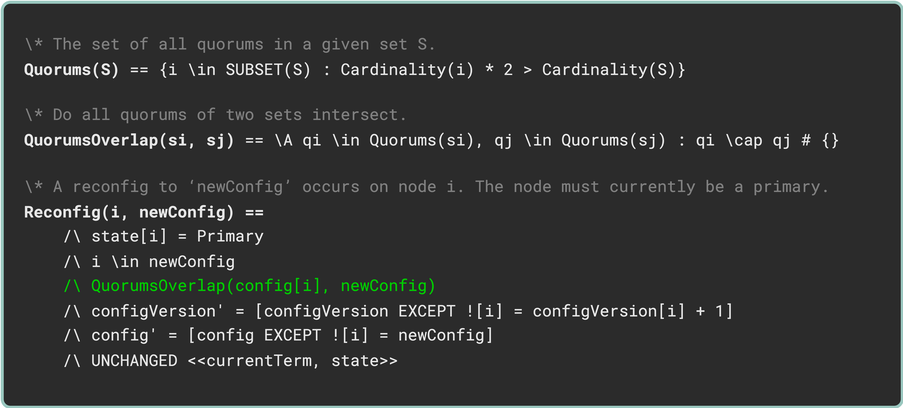
will62794/reconfig-traces keeps this draw.io diagram as traces/traces-snippet-1.drawio.png. Above is the earlier version. Source tidied: cells renumbered, new cells last; positions are measured from the earlier drawing's top-left corner, leaving out a move shared by most shapes. The source it was exported from:
```xml
<mxGraphModel>
  <root>
    <mxCell id="0" />
    <mxCell id="1" parent="0" />
    <mxCell id="2" value="&lt;b style=&quot;&quot; id=&quot;docs-internal-guid-955c089a-7fff-785c-a062-aca5ab7f73e9&quot;&gt;&lt;font&gt;&lt;p dir=&quot;ltr&quot; style=&quot;font-weight: normal; line-height: 1.38; margin-top: 0pt; margin-bottom: 0pt;&quot;&gt;&lt;span style=&quot;font-size: 8pt; font-family: &amp;quot;Roboto Mono&amp;quot;, monospace; background-color: transparent; font-weight: 400; font-style: normal; font-variant: normal; text-decoration: none; vertical-align: baseline; white-space: pre-wrap;&quot;&gt;&lt;font style=&quot;color: rgb(128, 128, 128);&quot;&gt;\* The set of all quorums in a given set S.&lt;/font&gt;&lt;/span&gt;&lt;/p&gt;&lt;p dir=&quot;ltr&quot; style=&quot;color: rgb(230, 230, 230); line-height: 1.38; margin-top: 0pt; margin-bottom: 0pt;&quot;&gt;&lt;span style=&quot;font-size: 8pt; font-family: &amp;quot;Roboto Mono&amp;quot;, monospace; background-color: transparent; font-style: normal; font-variant: normal; text-decoration: none; vertical-align: baseline; white-space: pre-wrap;&quot;&gt;Quorums(S)&lt;/span&gt;&lt;span style=&quot;font-weight: 400; font-size: 8pt; font-family: &amp;quot;Roboto Mono&amp;quot;, monospace; background-color: transparent; font-style: normal; font-variant: normal; text-decoration: none; vertical-align: baseline; white-space: pre-wrap;&quot;&gt; == {i \in SUBSET(S) : Cardinality(i) * 2 &amp;gt; Cardinality(S)}&lt;/span&gt;&lt;/p&gt;&lt;br&gt;&lt;p dir=&quot;ltr&quot; style=&quot;font-weight: normal; line-height: 1.38; margin-top: 0pt; margin-bottom: 0pt;&quot;&gt;&lt;span style=&quot;font-size: 8pt; font-family: &amp;quot;Roboto Mono&amp;quot;, monospace; background-color: transparent; font-weight: 400; font-style: normal; font-variant: normal; text-decoration: none; vertical-align: baseline; white-space: pre-wrap;&quot;&gt;&lt;font style=&quot;color: rgb(128, 128, 128);&quot;&gt;\* Do all quorums of two sets intersect.&lt;/font&gt;&lt;/span&gt;&lt;/p&gt;&lt;p dir=&quot;ltr&quot; style=&quot;color: rgb(230, 230, 230); line-height: 1.38; margin-top: 0pt; margin-bottom: 0pt;&quot;&gt;&lt;span style=&quot;font-size: 8pt; font-family: &amp;quot;Roboto Mono&amp;quot;, monospace; background-color: transparent; font-style: normal; font-variant: normal; text-decoration: none; vertical-align: baseline; white-space: pre-wrap;&quot;&gt;QuorumsOverlap(si, sj)&lt;/span&gt;&lt;span style=&quot;font-weight: 400; font-size: 8pt; font-family: &amp;quot;Roboto Mono&amp;quot;, monospace; background-color: transparent; font-style: normal; font-variant: normal; text-decoration: none; vertical-align: baseline; white-space: pre-wrap;&quot;&gt; == \A qi \in Quorums(si), qj \in Quorums(sj) : qi \cap qj # {}&lt;/span&gt;&lt;/p&gt;&lt;br&gt;&lt;p dir=&quot;ltr&quot; style=&quot;font-weight: normal; line-height: 1.38; margin-top: 0pt; margin-bottom: 0pt;&quot;&gt;&lt;span style=&quot;font-size: 8pt; font-family: &amp;quot;Roboto Mono&amp;quot;, monospace; background-color: transparent; font-weight: 400; font-style: normal; font-variant: normal; text-decoration: none; vertical-align: baseline; white-space: pre-wrap;&quot;&gt;&lt;font style=&quot;color: rgb(128, 128, 128);&quot;&gt;\* A reconfig to ‘newConfig’ occurs on node i. The node must currently be a primary.&lt;/font&gt;&lt;/span&gt;&lt;/p&gt;&lt;p dir=&quot;ltr&quot; style=&quot;color: rgb(230, 230, 230); line-height: 1.38; margin-top: 0pt; margin-bottom: 0pt;&quot;&gt;&lt;span style=&quot;font-size: 8pt; font-family: &amp;quot;Roboto Mono&amp;quot;, monospace; background-color: transparent; font-style: normal; font-variant: normal; text-decoration: none; vertical-align: baseline; white-space: pre-wrap;&quot;&gt;Reconfig(i, newConfig) ==&lt;/span&gt;&lt;/p&gt;&lt;p dir=&quot;ltr&quot; style=&quot;color: rgb(230, 230, 230); font-weight: normal; line-height: 1.38; margin-top: 0pt; margin-bottom: 0pt;&quot;&gt;&lt;span style=&quot;font-size: 8pt; font-family: &amp;quot;Roboto Mono&amp;quot;, monospace; background-color: transparent; font-weight: 400; font-style: normal; font-variant: normal; text-decoration: none; vertical-align: baseline; white-space: pre-wrap;&quot;&gt;&amp;nbsp;&amp;nbsp;&amp;nbsp;&amp;nbsp;/\ state[i] = Primary&lt;/span&gt;&lt;/p&gt;&lt;p dir=&quot;ltr&quot; style=&quot;color: rgb(230, 230, 230); font-weight: normal; line-height: 1.38; margin-top: 0pt; margin-bottom: 0pt;&quot;&gt;&lt;span style=&quot;font-size: 8pt; font-family: &amp;quot;Roboto Mono&amp;quot;, monospace; background-color: transparent; font-weight: 400; font-style: normal; font-variant: normal; text-decoration: none; vertical-align: baseline; white-space: pre-wrap;&quot;&gt;&amp;nbsp;&amp;nbsp;&amp;nbsp;&amp;nbsp;/\ i \in newConfig&lt;/span&gt;&lt;/p&gt;&lt;p dir=&quot;ltr&quot; style=&quot;font-weight: normal; line-height: 1.38; margin-top: 0pt; margin-bottom: 0pt;&quot;&gt;&lt;span style=&quot;color: rgb(230, 230, 230); font-size: 8pt; font-family: &amp;quot;Roboto Mono&amp;quot;, monospace; background-color: transparent; font-weight: 400; font-style: normal; font-variant: normal; text-decoration: none; vertical-align: baseline; white-space: pre-wrap;&quot;&gt;&amp;nbsp;&amp;nbsp;&amp;nbsp;&amp;nbsp;&lt;/span&gt;&lt;span style=&quot;font-size: 8pt; font-family: &amp;quot;Roboto Mono&amp;quot;, monospace; font-weight: 400; font-style: normal; font-variant: normal; text-decoration: none; vertical-align: baseline; white-space: pre-wrap; background-color: light-dark(rgb(43, 43, 43), rgb(40, 42, 53));&quot;&gt;&lt;font style=&quot;color: rgb(0, 204, 0);&quot;&gt;/\ QuorumsOverlap(config[i], newConfig)&lt;/font&gt;&lt;/span&gt;&lt;/p&gt;&lt;p dir=&quot;ltr&quot; style=&quot;color: rgb(230, 230, 230); font-weight: normal; line-height: 1.38; margin-top: 0pt; margin-bottom: 0pt;&quot;&gt;&lt;span style=&quot;font-size: 8pt; font-family: &amp;quot;Roboto Mono&amp;quot;, monospace; background-color: transparent; font-weight: 400; font-style: normal; font-variant: normal; text-decoration: none; vertical-align: baseline; white-space: pre-wrap;&quot;&gt;&amp;nbsp;&amp;nbsp;&amp;nbsp;&amp;nbsp;/\ configVersion' = [configVersion EXCEPT ![i] = configVersion[i] + 1]&lt;/span&gt;&lt;/p&gt;&lt;p dir=&quot;ltr&quot; style=&quot;color: rgb(230, 230, 230); font-weight: normal; line-height: 1.38; margin-top: 0pt; margin-bottom: 0pt;&quot;&gt;&lt;span style=&quot;font-size: 8pt; font-family: &amp;quot;Roboto Mono&amp;quot;, monospace; background-color: transparent; font-weight: 400; font-style: normal; font-variant: normal; text-decoration: none; vertical-align: baseline; white-space: pre-wrap;&quot;&gt;&amp;nbsp;&amp;nbsp;&amp;nbsp;&amp;nbsp;/\ config' = [config EXCEPT ![i] = newConfig]&lt;/span&gt;&lt;/p&gt;&lt;p dir=&quot;ltr&quot; style=&quot;color: rgb(230, 230, 230); font-weight: normal; line-height: 1.38; margin-top: 0pt; margin-bottom: 0pt;&quot;&gt;&lt;span style=&quot;font-size: 8pt; font-family: &amp;quot;Roboto Mono&amp;quot;, monospace; background-color: transparent; font-weight: 400; font-style: normal; font-variant: normal; text-decoration: none; vertical-align: baseline; white-space: pre-wrap;&quot;&gt;&amp;nbsp;&amp;nbsp;&amp;nbsp;&amp;nbsp;/\ UNCHANGED &amp;lt;&amp;lt;currentTerm, state&amp;gt;&amp;gt;&lt;/span&gt;&lt;/p&gt;&lt;/font&gt;&lt;/b&gt;" style="text;whiteSpace=wrap;html=1;fillColor=light-dark(#2B2B2B,#282A35);perimeterSpacing=0;strokeColor=#9AC7BF;strokeWidth=2;rounded=1;arcSize=2;spacingLeft=0;spacing=15;" parent="1" vertex="1">
      <mxGeometry width="600" height="270" as="geometry" />
    </mxCell>
  </root>
</mxGraphModel>
```
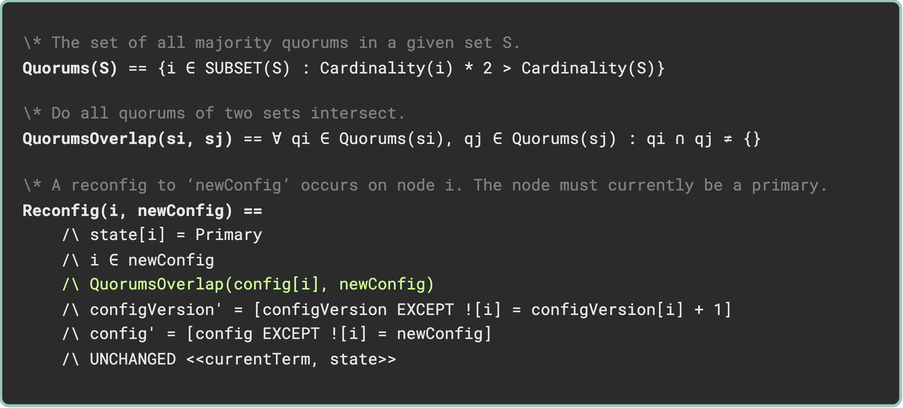
Later version of the same file.

The edit, as a diff of the source:
```diff
@@ -2,7 +2,7 @@
   <root>
     <mxCell id="0" />
     <mxCell id="1" parent="0" />
-    <mxCell id="2" value="&lt;b style=&quot;&quot; id=&quot;docs-internal-guid-955c089a-7fff-785c-a062-aca5ab7f73e9&quot;&gt;&lt;font&gt;&lt;p dir=&quot;ltr&quot; style=&quot;font-weight: normal; line-height: 1.38; margin-top: 0pt; margin-bottom: 0pt;&quot;&gt;&lt;span style=&quot;font-size: 8pt; font-family: &amp;quot;Roboto Mono&amp;quot;, monospace; background-color: transparent; font-weight: 400; font-style: normal; font-variant: normal; text-decoration: none; vertical-align: baseline; white-space: pre-wrap;&quot;&gt;&lt;font style=&quot;color: rgb(128, 128, 128);&quot;&gt;\* The set of all quorums in a given set S.&lt;/font&gt;&lt;/span&gt;&lt;/p&gt;&lt;p dir=&quot;ltr&quot; style=&quot;color: rgb(230, 230, 230); line-height: 1.38; margin-top: 0pt; margin-bottom: 0pt;&quot;&gt;&lt;span style=&quot;font-size: 8pt; font-family: &amp;quot;Roboto Mono&amp;quot;, monospace; background-color: transparent; font-style: normal; font-variant: normal; text-decoration: none; vertical-align: baseline; white-space: pre-wrap;&quot;&gt;Quorums(S)&lt;/span&gt;&lt;span style=&quot;font-weight: 400; font-size: 8pt; font-family: &amp;quot;Roboto Mono&amp;quot;, monospace; background-color: transparent; font-style: normal; font-variant: normal; text-decoration: none; vertical-align: baseline; white-space: pre-wrap;&quot;&gt; == {i \in SUBSET(S) : Cardinality(i) * 2 &amp;gt; Cardinality(S)}&lt;/span&gt;&lt;/p&gt;&lt;br&gt;&lt;p dir=&quot;ltr&quot; style=&quot;font-weight: normal; line-height: 1.38; margin-top: 0pt; margin-bottom: 0pt;&quot;&gt;&lt;span style=&quot;font-size: 8pt; font-family: &amp;quot;Roboto Mono&amp;quot;, monospace; background-color: transparent; font-weight: 400; font-style: normal; font-variant: normal; text-decoration: none; vertical-align: baseline; white-space: pre-wrap;&quot;&gt;&lt;font style=&quot;color: rgb(128, 128, 128);&quot;&gt;\* Do all quorums of two sets intersect.&lt;/font&gt;&lt;/span&gt;&lt;/p&gt;&lt;p dir=&quot;ltr&quot; style=&quot;color: rgb(230, 230, 230); line-height: 1.38; margin-top: 0pt; margin-bottom: 0pt;&quot;&gt;&lt;span style=&quot;font-size: 8pt; font-family: &amp;quot;Roboto Mono&amp;quot;, monospace; background-color: transparent; font-style: normal; font-variant: normal; text-decoration: none; vertical-align: baseline; white-space: pre-wrap;&quot;&gt;QuorumsOverlap(si, sj)&lt;/span&gt;&lt;span style=&quot;font-weight: 400; font-size: 8pt; font-family: &amp;quot;Roboto Mono&amp;quot;, monospace; background-color: transparent; font-style: normal; font-variant: normal; text-decoration: none; vertical-align: baseline; white-space: pre-wrap;&quot;&gt; == \A qi \in Quorums(si), qj \in Quorums(sj) : qi \cap qj # {}&lt;/span&gt;&lt;/p&gt;&lt;br&gt;&lt;p dir=&quot;ltr&quot; style=&quot;font-weight: normal; line-height: 1.38; margin-top: 0pt; margin-bottom: 0pt;&quot;&gt;&lt;span style=&quot;font-size: 8pt; font-family: &amp;quot;Roboto Mono&amp;quot;, monospace; background-color: transparent; font-weight: 400; font-style: normal; font-variant: normal; text-decoration: none; vertical-align: baseline; white-space: pre-wrap;&quot;&gt;&lt;font style=&quot;color: rgb(128, 128, 128);&quot;&gt;\* A reconfig to ‘newConfig’ occurs on node i. The node must currently be a primary.&lt;/font&gt;&lt;/span&gt;&lt;/p&gt;&lt;p dir=&quot;ltr&quot; style=&quot;color: rgb(230, 230, 230); line-height: 1.38; margin-top: 0pt; margin-bottom: 0pt;&quot;&gt;&lt;span style=&quot;font-size: 8pt; font-family: &amp;quot;Roboto Mono&amp;quot;, monospace; background-color: transparent; font-style: normal; font-variant: normal; text-decoration: none; vertical-align: baseline; white-space: pre-wrap;&quot;&gt;Reconfig(i, newConfig) ==&lt;/span&gt;&lt;/p&gt;&lt;p dir=&quot;ltr&quot; style=&quot;color: rgb(230, 230, 230); font-weight: normal; line-height: 1.38; margin-top: 0pt; margin-bottom: 0pt;&quot;&gt;&lt;span style=&quot;font-size: 8pt; font-family: &amp;quot;Roboto Mono&amp;quot;, monospace; background-color: transparent; font-weight: 400; font-style: normal; font-variant: normal; text-decoration: none; vertical-align: baseline; white-space: pre-wrap;&quot;&gt;&amp;nbsp;&amp;nbsp;&amp;nbsp;&amp;nbsp;/\ state[i] = Primary&lt;/span&gt;&lt;/p&gt;&lt;p dir=&quot;ltr&quot; style=&quot;color: rgb(230, 230, 230); font-weight: normal; line-height: 1.38; margin-top: 0pt; margin-bottom: 0pt;&quot;&gt;&lt;span style=&quot;font-size: 8pt; font-family: &amp;quot;Roboto Mono&amp;quot;, monospace; background-color: transparent; font-weight: 400; font-style: normal; font-variant: normal; text-decoration: none; vertical-align: baseline; white-space: pre-wrap;&quot;&gt;&amp;nbsp;&amp;nbsp;&amp;nbsp;&amp;nbsp;/\ i \in newConfig&lt;/span&gt;&lt;/p&gt;&lt;p dir=&quot;ltr&quot; style=&quot;font-weight: normal; line-height: 1.38; margin-top: 0pt; margin-bottom: 0pt;&quot;&gt;&lt;span style=&quot;color: rgb(230, 230, 230); font-size: 8pt; font-family: &amp;quot;Roboto Mono&amp;quot;, monospace; background-color: transparent; font-weight: 400; font-style: normal; font-variant: normal; text-decoration: none; vertical-align: baseline; white-space: pre-wrap;&quot;&gt;&amp;nbsp;&amp;nbsp;&amp;nbsp;&amp;nbsp;&lt;/span&gt;&lt;span style=&quot;font-size: 8pt; font-family: &amp;quot;Roboto Mono&amp;quot;, monospace; font-weight: 400; font-style: normal; font-variant: normal; text-decoration: none; vertical-align: baseline; white-space: pre-wrap; background-color: light-dark(rgb(43, 43, 43), rgb(40, 42, 53));&quot;&gt;&lt;font style=&quot;color: rgb(0, 204, 0);&quot;&gt;/\ QuorumsOverlap(config[i], newConfig)&lt;/font&gt;&lt;/span&gt;&lt;/p&gt;&lt;p dir=&quot;ltr&quot; style=&quot;color: rgb(230, 230, 230); font-weight: normal; line-height: 1.38; margin-top: 0pt; margin-bottom: 0pt;&quot;&gt;&lt;span style=&quot;font-size: 8pt; font-family: &amp;quot;Roboto Mono&amp;quot;, monospace; background-color: transparent; font-weight: 400; font-style: normal; font-variant: normal; text-decoration: none; vertical-align: baseline; white-space: pre-wrap;&quot;&gt;&amp;nbsp;&amp;nbsp;&amp;nbsp;&amp;nbsp;/\ configVersion' = [configVersion EXCEPT ![i] = configVersion[i] + 1]&lt;/span&gt;&lt;/p&gt;&lt;p dir=&quot;ltr&quot; style=&quot;color: rgb(230, 230, 230); font-weight: normal; line-height: 1.38; margin-top: 0pt; margin-bottom: 0pt;&quot;&gt;&lt;span style=&quot;font-size: 8pt; font-family: &amp;quot;Roboto Mono&amp;quot;, monospace; background-color: transparent; font-weight: 400; font-style: normal; font-variant: normal; text-decoration: none; vertical-align: baseline; white-space: pre-wrap;&quot;&gt;&amp;nbsp;&amp;nbsp;&amp;nbsp;&amp;nbsp;/\ config' = [config EXCEPT ![i] = newConfig]&lt;/span&gt;&lt;/p&gt;&lt;p dir=&quot;ltr&quot; style=&quot;color: rgb(230, 230, 230); font-weight: normal; line-height: 1.38; margin-top: 0pt; margin-bottom: 0pt;&quot;&gt;&lt;span style=&quot;font-size: 8pt; font-family: &amp;quot;Roboto Mono&amp;quot;, monospace; background-color: transparent; font-weight: 400; font-style: normal; font-variant: normal; text-decoration: none; vertical-align: baseline; white-space: pre-wrap;&quot;&gt;&amp;nbsp;&amp;nbsp;&amp;nbsp;&amp;nbsp;/\ UNCHANGED &amp;lt;&amp;lt;currentTerm, state&amp;gt;&amp;gt;&lt;/span&gt;&lt;/p&gt;&lt;/font&gt;&lt;/b&gt;" style="text;whiteSpace=wrap;html=1;fillColor=light-dark(#2B2B2B,#282A35);perimeterSpacing=0;strokeColor=#9AC7BF;strokeWidth=2;rounded=1;arcSize=2;spacingLeft=0;spacing=15;" parent="1" vertex="1">
+    <mxCell id="2" value="&lt;b style=&quot;&quot; id=&quot;docs-internal-guid-955c089a-7fff-785c-a062-aca5ab7f73e9&quot;&gt;&lt;font&gt;&lt;p dir=&quot;ltr&quot; style=&quot;font-weight: normal; line-height: 1.38; margin-top: 0pt; margin-bottom: 0pt;&quot;&gt;&lt;span style=&quot;font-size: 8pt; font-family: &amp;quot;Roboto Mono&amp;quot;, monospace; background-color: transparent; font-weight: 400; font-style: normal; font-variant: normal; text-decoration: none; vertical-align: baseline; white-space: pre-wrap;&quot;&gt;&lt;font style=&quot;color: rgb(128, 128, 128);&quot;&gt;\* The set of all majority quorums in a given set S.&lt;/font&gt;&lt;/span&gt;&lt;/p&gt;&lt;p dir=&quot;ltr&quot; style=&quot;color: rgb(230, 230, 230); line-height: 1.38; margin-top: 0pt; margin-bottom: 0pt;&quot;&gt;&lt;span style=&quot;font-size: 8pt; font-family: &amp;quot;Roboto Mono&amp;quot;, monospace; background-color: transparent; font-style: normal; font-variant: normal; text-decoration: none; vertical-align: baseline; white-space: pre-wrap;&quot;&gt;Quorums(S)&lt;/span&gt;&lt;span style=&quot;font-weight: 400; font-size: 8pt; font-family: &amp;quot;Roboto Mono&amp;quot;, monospace; background-color: transparent; font-style: normal; font-variant: normal; text-decoration: none; vertical-align: baseline; white-space: pre-wrap;&quot;&gt; == {i &lt;/span&gt;&lt;b style=&quot;background-color: transparent; color: light-dark(rgb(0, 0, 0), rgb(255, 255, 255));&quot; id=&quot;docs-internal-guid-955c089a-7fff-785c-a062-aca5ab7f73e9&quot;&gt;&lt;span style=&quot;color: rgb(230, 230, 230); font-family: &amp;quot;Roboto Mono&amp;quot;, monospace; font-size: 10.6667px; font-weight: 400; white-space-collapse: preserve;&quot;&gt;∈&lt;/span&gt;&lt;/b&gt;&lt;span style=&quot;background-color: transparent; font-family: &amp;quot;Roboto Mono&amp;quot;, monospace; font-size: 8pt; font-weight: 400; white-space-collapse: preserve;&quot;&gt; SUBSET(S) : Cardinality(i) * 2 &amp;gt; Cardinality(S)}&lt;/span&gt;&lt;/p&gt;&lt;br&gt;&lt;p dir=&quot;ltr&quot; style=&quot;font-weight: normal; line-height: 1.38; margin-top: 0pt; margin-bottom: 0pt;&quot;&gt;&lt;span style=&quot;font-size: 8pt; font-family: &amp;quot;Roboto Mono&amp;quot;, monospace; background-color: transparent; font-weight: 400; font-style: normal; font-variant: normal; text-decoration: none; vertical-align: baseline; white-space: pre-wrap;&quot;&gt;&lt;font style=&quot;color: rgb(128, 128, 128);&quot;&gt;\* Do all quorums of two sets intersect.&lt;/font&gt;&lt;/span&gt;&lt;/p&gt;&lt;p dir=&quot;ltr&quot; style=&quot;color: rgb(230, 230, 230); line-height: 1.38; margin-top: 0pt; margin-bottom: 0pt;&quot;&gt;&lt;span style=&quot;font-size: 8pt; font-family: &amp;quot;Roboto Mono&amp;quot;, monospace; background-color: transparent; font-style: normal; font-variant: normal; text-decoration: none; vertical-align: baseline; white-space: pre-wrap;&quot;&gt;QuorumsOverlap(si, sj)&lt;/span&gt;&lt;span style=&quot;font-weight: 400; font-size: 8pt; font-family: &amp;quot;Roboto Mono&amp;quot;, monospace; background-color: transparent; font-style: normal; font-variant: normal; text-decoration: none; vertical-align: baseline; white-space: pre-wrap;&quot;&gt; == ∀ qi ∈ Quorums(si), qj ∈ Quorums(sj) : qi ∩ qj ≠ {}&lt;/span&gt;&lt;/p&gt;&lt;br&gt;&lt;p dir=&quot;ltr&quot; style=&quot;font-weight: normal; line-height: 1.38; margin-top: 0pt; margin-bottom: 0pt;&quot;&gt;&lt;span style=&quot;font-size: 8pt; font-family: &amp;quot;Roboto Mono&amp;quot;, monospace; background-color: transparent; font-weight: 400; font-style: normal; font-variant: normal; text-decoration: none; vertical-align: baseline; white-space: pre-wrap;&quot;&gt;&lt;font style=&quot;color: rgb(128, 128, 128);&quot;&gt;\* A reconfig to ‘newConfig’ occurs on node i. The node must currently be a primary.&lt;/font&gt;&lt;/span&gt;&lt;/p&gt;&lt;p dir=&quot;ltr&quot; style=&quot;color: rgb(230, 230, 230); line-height: 1.38; margin-top: 0pt; margin-bottom: 0pt;&quot;&gt;&lt;span style=&quot;font-size: 8pt; font-family: &amp;quot;Roboto Mono&amp;quot;, monospace; background-color: transparent; font-style: normal; font-variant: normal; text-decoration: none; vertical-align: baseline; white-space: pre-wrap;&quot;&gt;Reconfig(i, newConfig) ==&lt;/span&gt;&lt;/p&gt;&lt;p dir=&quot;ltr&quot; style=&quot;color: rgb(230, 230, 230); font-weight: normal; line-height: 1.38; margin-top: 0pt; margin-bottom: 0pt;&quot;&gt;&lt;span style=&quot;font-size: 8pt; font-family: &amp;quot;Roboto Mono&amp;quot;, monospace; background-color: transparent; font-weight: 400; font-style: normal; font-variant: normal; text-decoration: none; vertical-align: baseline; white-space: pre-wrap;&quot;&gt;&amp;nbsp;&amp;nbsp;&amp;nbsp;&amp;nbsp;/\ state[i] = Primary&lt;/span&gt;&lt;/p&gt;&lt;p dir=&quot;ltr&quot; style=&quot;color: rgb(230, 230, 230); font-weight: normal; line-height: 1.38; margin-top: 0pt; margin-bottom: 0pt;&quot;&gt;&lt;span style=&quot;font-size: 8pt; font-family: &amp;quot;Roboto Mono&amp;quot;, monospace; background-color: transparent; font-weight: 400; font-style: normal; font-variant: normal; text-decoration: none; vertical-align: baseline; white-space: pre-wrap;&quot;&gt;&amp;nbsp;&amp;nbsp;&amp;nbsp;&amp;nbsp;/\ i &lt;/span&gt;&lt;b style=&quot;background-color: transparent; color: light-dark(rgb(0, 0, 0), rgb(255, 255, 255));&quot; id=&quot;docs-internal-guid-955c089a-7fff-785c-a062-aca5ab7f73e9&quot;&gt;&lt;span style=&quot;color: rgb(230, 230, 230); font-family: &amp;quot;Roboto Mono&amp;quot;, monospace; font-size: 10.6667px; font-weight: 400; white-space-collapse: preserve;&quot;&gt;∈&lt;/span&gt;&lt;/b&gt;&lt;span style=&quot;background-color: transparent; font-family: &amp;quot;Roboto Mono&amp;quot;, monospace; font-size: 8pt; white-space-collapse: preserve;&quot;&gt; newConfig&lt;/span&gt;&lt;/p&gt;&lt;p dir=&quot;ltr&quot; style=&quot;font-weight: normal; line-height: 1.38; margin-top: 0pt; margin-bottom: 0pt;&quot;&gt;&lt;span style=&quot;color: rgb(230, 230, 230); font-size: 8pt; font-family: &amp;quot;Roboto Mono&amp;quot;, monospace; background-color: transparent; font-weight: 400; font-style: normal; font-variant: normal; text-decoration: none; vertical-align: baseline; white-space: pre-wrap;&quot;&gt;&amp;nbsp;&amp;nbsp;&amp;nbsp;&amp;nbsp;&lt;/span&gt;&lt;span style=&quot;font-size: 8pt; font-family: &amp;quot;Roboto Mono&amp;quot;, monospace; font-weight: 400; font-style: normal; font-variant: normal; text-decoration: none; vertical-align: baseline; white-space: pre-wrap; background-color: light-dark(rgb(43, 43, 43), rgb(40, 42, 53));&quot;&gt;&lt;font style=&quot;color: rgb(204, 255, 153);&quot;&gt;/\ QuorumsOverlap(config[i], newConfig)&lt;/font&gt;&lt;/span&gt;&lt;/p&gt;&lt;p dir=&quot;ltr&quot; style=&quot;color: rgb(230, 230, 230); font-weight: normal; line-height: 1.38; margin-top: 0pt; margin-bottom: 0pt;&quot;&gt;&lt;span style=&quot;font-size: 8pt; font-family: &amp;quot;Roboto Mono&amp;quot;, monospace; background-color: transparent; font-weight: 400; font-style: normal; font-variant: normal; text-decoration: none; vertical-align: baseline; white-space: pre-wrap;&quot;&gt;&amp;nbsp;&amp;nbsp;&amp;nbsp;&amp;nbsp;/\ configVersion' = [configVersion EXCEPT ![i] = configVersion[i] + 1]&lt;/span&gt;&lt;/p&gt;&lt;p dir=&quot;ltr&quot; style=&quot;color: rgb(230, 230, 230); font-weight: normal; line-height: 1.38; margin-top: 0pt; margin-bottom: 0pt;&quot;&gt;&lt;span style=&quot;font-size: 8pt; font-family: &amp;quot;Roboto Mono&amp;quot;, monospace; background-color: transparent; font-weight: 400; font-style: normal; font-variant: normal; text-decoration: none; vertical-align: baseline; white-space: pre-wrap;&quot;&gt;&amp;nbsp;&amp;nbsp;&amp;nbsp;&amp;nbsp;/\ config' = [config EXCEPT ![i] = newConfig]&lt;/span&gt;&lt;/p&gt;&lt;p dir=&quot;ltr&quot; style=&quot;color: rgb(230, 230, 230); font-weight: normal; line-height: 1.38; margin-top: 0pt; margin-bottom: 0pt;&quot;&gt;&lt;span style=&quot;font-size: 8pt; font-family: &amp;quot;Roboto Mono&amp;quot;, monospace; background-color: transparent; font-weight: 400; font-style: normal; font-variant: normal; text-decoration: none; vertical-align: baseline; white-space: pre-wrap;&quot;&gt;&amp;nbsp;&amp;nbsp;&amp;nbsp;&amp;nbsp;/\ UNCHANGED &amp;lt;&amp;lt;currentTerm, state&amp;gt;&amp;gt;&lt;/span&gt;&lt;/p&gt;&lt;/font&gt;&lt;/b&gt;" style="text;whiteSpace=wrap;html=1;fillColor=light-dark(#2B2B2B,#282A35);perimeterSpacing=0;strokeColor=#9AC7BF;strokeWidth=2;rounded=1;arcSize=2;spacingLeft=0;spacing=15;" parent="1" vertex="1">
       <mxGeometry width="600" height="270" as="geometry" />
     </mxCell>
   </root>
```
